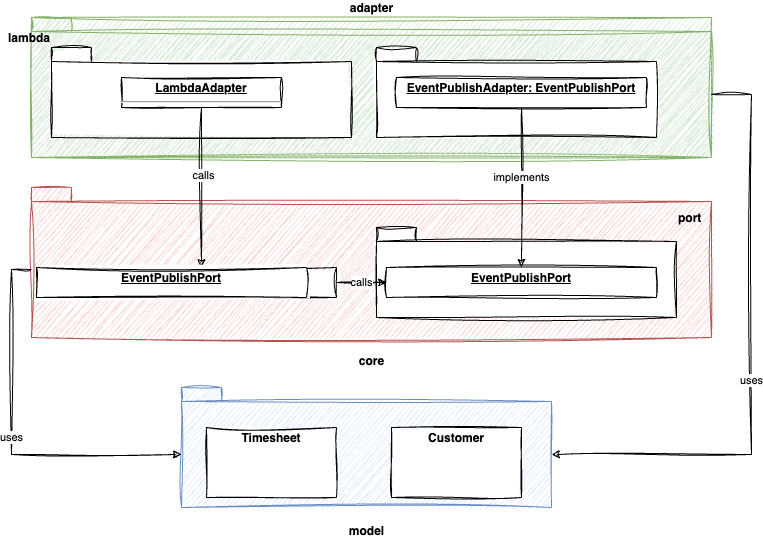
This is docs/assets/static-level-4.drawio.png from tinohertlein/timesheet-wizard, a draw.io export, as it was before one commit. Source tidied: cells renumbered, new cells last; positions are measured from the earlier drawing's top-left corner, leaving out a move shared by most shapes.
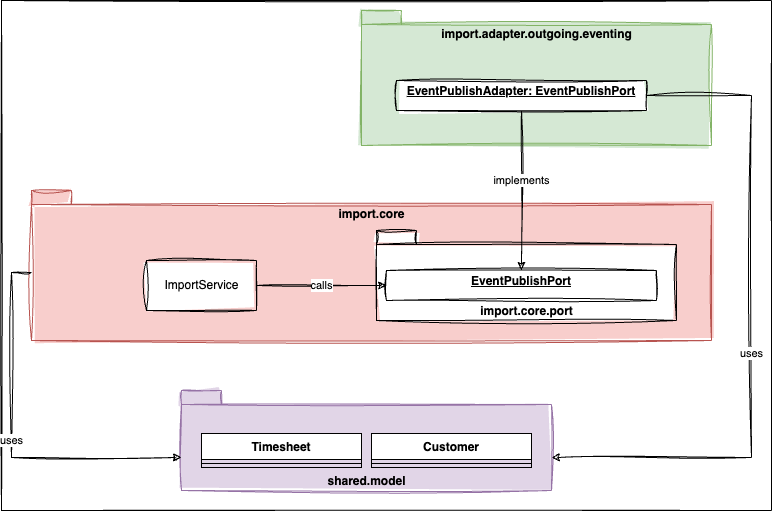
After the change.

Commit message:
docs: style static diagrams

Change to the diagram source:
```diff
@@ -2,69 +2,63 @@
   <root>
     <mxCell id="0" />
     <mxCell id="1" parent="0" />
+    <mxCell id="25" style="rounded=0;whiteSpace=wrap;html=1;sketch=1;fillStyle=solid;" parent="1" vertex="1">
+      <mxGeometry x="-10" y="-20" width="770" height="510" as="geometry" />
+    </mxCell>
-    <mxCell id="2" value="core" style="shape=folder;fontStyle=1;spacingTop=10;tabWidth=40;tabHeight=14;tabPosition=left;html=1;labelPosition=center;verticalLabelPosition=bottom;align=center;verticalAlign=top;fillColor=#f8cecc;strokeColor=#b85450;sketch=1;curveFitting=1;jiggle=2;" parent="1" vertex="1">
+    <mxCell id="2" value="import.core" style="shape=folder;fontStyle=1;spacingTop=10;tabWidth=40;tabHeight=14;tabPosition=left;html=1;labelPosition=center;verticalLabelPosition=middle;align=center;verticalAlign=top;fillColor=#f8cecc;strokeColor=#b85450;sketch=1;curveFitting=1;jiggle=2;fillStyle=solid;" parent="1" vertex="1">
       <mxGeometry x="20" y="170" width="680" height="150" as="geometry" />
     </mxCell>
-    <mxCell id="3" value="port" style="shape=folder;fontStyle=1;spacingTop=10;tabWidth=40;tabHeight=14;tabPosition=left;html=1;labelPosition=right;verticalLabelPosition=top;align=left;verticalAlign=bottom;sketch=1;curveFitting=1;jiggle=2;" parent="1" vertex="1">
+    <mxCell id="3" value="import.core.port" style="shape=folder;fontStyle=1;spacingTop=10;tabWidth=40;tabHeight=14;tabPosition=left;html=1;labelPosition=center;verticalLabelPosition=middle;align=center;verticalAlign=bottom;sketch=1;curveFitting=1;jiggle=2;" parent="1" vertex="1">
       <mxGeometry x="365" y="210" width="300" height="90" as="geometry" />
     </mxCell>
-    <mxCell id="4" style="group;sketch=1;curveFitting=1;jiggle=2;fillColor=#d5e8d4;strokeColor=#82b366;" parent="1" vertex="1">
-      <mxGeometry x="20" width="680" height="140" as="geometry" />
-    </mxCell>
+    <mxCell id="11" value="&lt;p style=&quot;margin:0px;margin-top:4px;text-align:center;text-decoration:underline;&quot;&gt;&lt;b&gt;EventPublishPort&lt;/b&gt;&lt;/p&gt;" style="verticalAlign=top;align=left;overflow=fill;fontSize=12;fontFamily=Helvetica;html=1;sketch=1;curveFitting=1;jiggle=2;" parent="1" vertex="1">
+      <mxGeometry x="375" y="250" width="270" height="30" as="geometry" />
+    </mxCell>
+    <mxCell id="15" value="calls" style="endArrow=classic;html=1;rounded=0;entryX=0;entryY=0.5;entryDx=0;entryDy=0;sketch=1;curveFitting=1;jiggle=2;exitX=1;exitY=0.5;exitDx=0;exitDy=0;" parent="1" edge="1" source="14" target="11">
+      <mxGeometry relative="1" as="geometry" />
+    </mxCell>
+    <mxCell id="18" value="shared.model" style="shape=folder;fontStyle=1;spacingTop=10;tabWidth=40;tabHeight=14;tabPosition=left;html=1;labelPosition=center;verticalLabelPosition=middle;align=center;verticalAlign=bottom;fillColor=#e1d5e7;strokeColor=#9673a6;sketch=1;curveFitting=1;jiggle=2;fillStyle=solid;" parent="1" vertex="1">
+      <mxGeometry x="170" y="370" width="370" height="100" as="geometry" />
+    </mxCell>
+    <mxCell id="19" value="uses" style="endArrow=classic;html=1;rounded=0;entryX=0;entryY=0;entryDx=0;entryDy=67;entryPerimeter=0;exitX=0;exitY=0;exitDx=0;exitDy=82;exitPerimeter=0;sketch=1;curveFitting=1;jiggle=2;" parent="1" edge="1" source="2" target="18">
+      <mxGeometry relative="1" as="geometry">
+        <Array as="points">
+          <mxPoint y="252" />
+          <mxPoint y="437" />
+        </Array>
+      </mxGeometry>
+    </mxCell>
+    <mxCell id="22" value="Timesheet" style="swimlane;fontStyle=1;align=center;verticalAlign=top;horizontal=1;startSize=26;fillStyle=solid;" parent="1" vertex="1">
+      <mxGeometry x="190" y="413" width="160" height="34" as="geometry" />
+    </mxCell>
+    <mxCell id="26" style="line;strokeWidth=1;fillColor=none;align=left;verticalAlign=middle;spacingTop=-1;spacingLeft=3;spacingRight=3;labelPosition=right;strokeColor=inherit;fillStyle=solid;" parent="22" vertex="1">
+      <mxGeometry y="26" width="160" height="8" as="geometry" />
+    </mxCell>
+    <mxCell id="23" value="Customer" style="swimlane;fontStyle=1;align=center;verticalAlign=top;horizontal=1;startSize=26;fillStyle=solid;" parent="1" vertex="1">
+      <mxGeometry x="360" y="413" width="160" height="34" as="geometry" />
+    </mxCell>
+    <mxCell id="27" style="line;strokeWidth=1;fillColor=none;align=left;verticalAlign=middle;spacingTop=-1;spacingLeft=3;spacingRight=3;labelPosition=right;strokeColor=inherit;fillStyle=solid;" parent="23" vertex="1">
+      <mxGeometry y="26" width="160" height="8" as="geometry" />
+    </mxCell>
+    <mxCell id="14" value="ImportService" style="html=1;fillStyle=solid;sketch=1;curveFitting=1;jiggle=2;" parent="1" vertex="1">
+      <mxGeometry x="135" y="240" width="110" height="50" as="geometry" />
+    </mxCell>
-    <mxCell id="5" value="adapter" style="shape=folder;fontStyle=1;spacingTop=10;tabWidth=40;tabHeight=14;tabPosition=left;html=1;align=center;labelPosition=center;verticalLabelPosition=top;verticalAlign=bottom;sketch=1;curveFitting=1;jiggle=2;fillColor=#d5e8d4;strokeColor=#82b366;" parent="4" vertex="1">
-      <mxGeometry width="680" height="140" as="geometry" />
+    <mxCell id="5" value="import.adapter.outgoing.eventing" style="shape=folder;fontStyle=1;spacingTop=10;tabWidth=40;tabHeight=14;tabPosition=left;html=1;align=center;labelPosition=center;verticalLabelPosition=middle;verticalAlign=top;sketch=1;curveFitting=1;jiggle=2;fillColor=#d5e8d4;strokeColor=#82b366;fillStyle=solid;" parent="1" vertex="1">
+      <mxGeometry x="350" y="-10" width="350" height="135" as="geometry" />
     </mxCell>
-    <mxCell id="6" value="lambda" style="shape=folder;fontStyle=1;spacingTop=10;tabWidth=40;tabHeight=14;tabPosition=left;html=1;labelPosition=left;verticalLabelPosition=top;align=right;verticalAlign=bottom;sketch=1;curveFitting=1;jiggle=2;" parent="4" vertex="1">
-      <mxGeometry x="20" y="30" width="300" height="90" as="geometry" />
-    </mxCell>
-    <mxCell id="7" style="shape=folder;fontStyle=1;spacingTop=10;tabWidth=40;tabHeight=14;tabPosition=left;html=1;labelPosition=right;verticalLabelPosition=top;align=left;verticalAlign=bottom;sketch=1;curveFitting=1;jiggle=2;" parent="4" vertex="1">
-      <mxGeometry x="345" y="30" width="280" height="90" as="geometry" />
-    </mxCell>
-    <mxCell id="8" value="&lt;p style=&quot;margin:0px;margin-top:4px;text-align:center;text-decoration:underline;&quot;&gt;&lt;b&gt;LambdaAdapter&lt;/b&gt;&lt;/p&gt;&lt;hr&gt;&lt;p style=&quot;margin:0px;margin-left:8px;&quot;&gt;&lt;br&gt;&lt;/p&gt;" style="verticalAlign=top;align=left;overflow=fill;fontSize=12;fontFamily=Helvetica;html=1;sketch=1;curveFitting=1;jiggle=2;" parent="4" vertex="1">
-      <mxGeometry x="90" y="60" width="160" height="30" as="geometry" />
-    </mxCell>
-    <mxCell id="9" value="&lt;p style=&quot;margin:0px;margin-top:4px;text-align:center;text-decoration:underline;&quot;&gt;&lt;b&gt;EventPublishAdapter: EventPublishPort&lt;/b&gt;&lt;/p&gt;" style="verticalAlign=top;align=left;overflow=fill;fontSize=12;fontFamily=Helvetica;html=1;sketch=1;curveFitting=1;jiggle=2;" parent="4" vertex="1">
-      <mxGeometry x="365" y="60" width="250" height="30" as="geometry" />
+    <mxCell id="9" value="&lt;p style=&quot;margin:0px;margin-top:4px;text-align:center;text-decoration:underline;&quot;&gt;&lt;b&gt;EventPublishAdapter: EventPublishPort&lt;/b&gt;&lt;/p&gt;" style="verticalAlign=top;align=left;overflow=fill;fontSize=12;fontFamily=Helvetica;html=1;sketch=1;curveFitting=1;jiggle=2;" parent="1" vertex="1">
+      <mxGeometry x="385" y="60" width="250" height="30" as="geometry" />
     </mxCell>
-    <mxCell id="10" style="edgeStyle=orthogonalEdgeStyle;rounded=0;sketch=1;jettySize=auto;html=1;" parent="1" edge="1" source="11" target="24">
-      <mxGeometry relative="1" as="geometry" />
-    </mxCell>
-    <mxCell id="11" value="&lt;p style=&quot;margin:0px;margin-top:4px;text-align:center;text-decoration:underline;&quot;&gt;&lt;b&gt;EventPublishPort&lt;/b&gt;&lt;/p&gt;" style="verticalAlign=top;align=left;overflow=fill;fontSize=12;fontFamily=Helvetica;html=1;sketch=1;curveFitting=1;jiggle=2;" parent="1" vertex="1">
-      <mxGeometry x="375" y="250" width="270" height="30" as="geometry" />
-    </mxCell>
     <mxCell id="12" style="endArrow=classic;html=1;rounded=0;entryX=0.5;entryY=0;entryDx=0;entryDy=0;exitX=0.5;exitY=1;exitDx=0;exitDy=0;sketch=1;curveFitting=1;jiggle=2;" parent="1" edge="1" source="9" target="11">
       <mxGeometry relative="1" as="geometry" />
     </mxCell>
     <mxCell id="13" value="implements" style="edgeLabel;html=1;align=center;verticalAlign=middle;" parent="12" vertex="1">
       <mxGeometry x="-0.14" y="-1" relative="1" as="geometry" />
     </mxCell>
-    <mxCell id="14" value="&lt;p style=&quot;margin:0px;margin-top:4px;text-align:center;text-decoration:underline;&quot;&gt;&lt;b&gt;ImportService&lt;/b&gt;&lt;/p&gt;" style="verticalAlign=top;align=left;overflow=fill;fontSize=12;fontFamily=Helvetica;html=1;sketch=1;curveFitting=1;jiggle=2;" parent="1" vertex="1">
-      <mxGeometry x="55" y="250" width="270" height="30" as="geometry" />
-    </mxCell>
-    <mxCell id="15" value="calls" style="endArrow=classic;html=1;rounded=0;entryX=0;entryY=0.5;entryDx=0;entryDy=0;sketch=1;curveFitting=1;jiggle=2;" parent="1" edge="1" source="14" target="11">
-      <mxGeometry relative="1" as="geometry" />
-    </mxCell>
-    <mxCell id="16" style="endArrow=classic;html=1;rounded=0;entryX=0.5;entryY=0;entryDx=0;entryDy=0;exitX=0.5;exitY=1;exitDx=0;exitDy=0;sketch=1;curveFitting=1;jiggle=2;" parent="1" edge="1" source="8" target="14">
-      <mxGeometry relative="1" as="geometry" />
-    </mxCell>
-    <mxCell id="17" value="calls" style="edgeLabel;html=1;align=center;verticalAlign=middle;" parent="16" vertex="1">
-      <mxGeometry x="-0.16" y="1" relative="1" as="geometry" />
-    </mxCell>
-    <mxCell id="18" value="model" style="shape=folder;fontStyle=1;spacingTop=10;tabWidth=40;tabHeight=14;tabPosition=left;html=1;labelPosition=center;verticalLabelPosition=bottom;align=center;verticalAlign=top;fillColor=#dae8fc;strokeColor=#6c8ebf;sketch=1;curveFitting=1;jiggle=2;" parent="1" vertex="1">
-      <mxGeometry x="170" y="370" width="370" height="120" as="geometry" />
-    </mxCell>
-    <mxCell id="19" value="uses" style="endArrow=classic;html=1;rounded=0;entryX=0;entryY=0;entryDx=0;entryDy=67;entryPerimeter=0;exitX=0;exitY=0;exitDx=0;exitDy=82;exitPerimeter=0;sketch=1;curveFitting=1;jiggle=2;" parent="1" edge="1" source="2" target="18">
-      <mxGeometry relative="1" as="geometry">
-        <Array as="points">
-          <mxPoint y="252" />
-          <mxPoint y="437" />
-        </Array>
-      </mxGeometry>
-    </mxCell>
-    <mxCell id="20" style="endArrow=classic;html=1;rounded=0;entryX=0;entryY=0;entryDx=370;entryDy=67;entryPerimeter=0;exitX=0;exitY=0;exitDx=680;exitDy=77;exitPerimeter=0;sketch=1;curveFitting=1;jiggle=2;" parent="1" edge="1" source="5" target="18">
+    <mxCell id="20" style="endArrow=classic;html=1;rounded=0;entryX=0;entryY=0;entryDx=370;entryDy=67;entryPerimeter=0;exitX=1;exitY=0.5;exitDx=0;exitDy=0;sketch=1;curveFitting=1;jiggle=2;" parent="1" edge="1" source="9" target="18">
       <mxGeometry relative="1" as="geometry">
         <Array as="points">
-          <mxPoint x="740" y="77" />
+          <mxPoint x="740" y="75" />
           <mxPoint x="740" y="437" />
         </Array>
       </mxGeometry>
@@ -72,14 +66,5 @@
     <mxCell id="21" value="uses" style="edgeLabel;html=1;align=center;verticalAlign=middle;" parent="20" vertex="1">
       <mxGeometry x="0.08" y="-1" relative="1" as="geometry" />
     </mxCell>
-    <mxCell id="22" value="&lt;p style=&quot;margin:0px;margin-top:4px;text-align:center;&quot;&gt;&lt;b&gt;Timesheet&lt;/b&gt;&lt;/p&gt;&lt;p style=&quot;margin:0px;margin-left:4px;&quot;&gt;&lt;br&gt;&lt;/p&gt;&lt;p style=&quot;margin:0px;margin-left:4px;&quot;&gt;&lt;br&gt;&lt;/p&gt;" style="verticalAlign=top;align=left;overflow=fill;fontSize=12;fontFamily=Helvetica;html=1;sketch=1;curveFitting=1;jiggle=2;" parent="1" vertex="1">
-      <mxGeometry x="195" y="410" width="130" height="70" as="geometry" />
-    </mxCell>
-    <mxCell id="23" value="&lt;p style=&quot;margin:0px;margin-top:4px;text-align:center;&quot;&gt;&lt;b&gt;Customer&lt;/b&gt;&lt;/p&gt;" style="verticalAlign=top;align=left;overflow=fill;fontSize=12;fontFamily=Helvetica;html=1;sketch=1;curveFitting=1;jiggle=2;" parent="1" vertex="1">
-      <mxGeometry x="380" y="410" width="130" height="70" as="geometry" />
-    </mxCell>
-    <mxCell id="24" value="&lt;p style=&quot;margin:0px;margin-top:4px;text-align:center;text-decoration:underline;&quot;&gt;&lt;b&gt;EventPublishPort&lt;/b&gt;&lt;/p&gt;" style="verticalAlign=top;align=left;overflow=fill;fontSize=12;fontFamily=Helvetica;html=1;sketch=1;curveFitting=1;jiggle=2;" parent="1" vertex="1">
-      <mxGeometry x="25" y="250" width="270" height="30" as="geometry" />
-    </mxCell>
   </root>
 </mxGraphModel>
```
